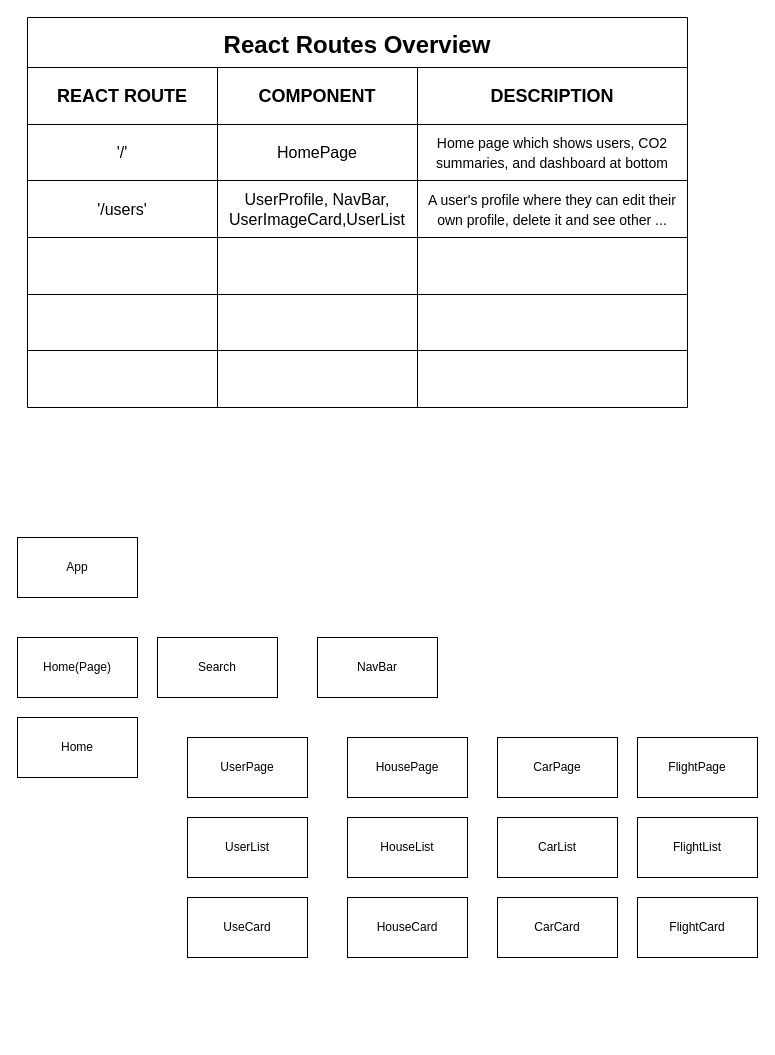
This is assets/reactRoutes.drawio from oki99doki/CO2day, a draw.io file, before an edit. Source tidied: cells renumbered, new cells numbered last; positions are measured from the earlier drawing's top-left corner, leaving out a move shared by most shapes. Both pictures are drawn from the tidied source at 100%, with x=0, y=0 at pixel (17, 17).
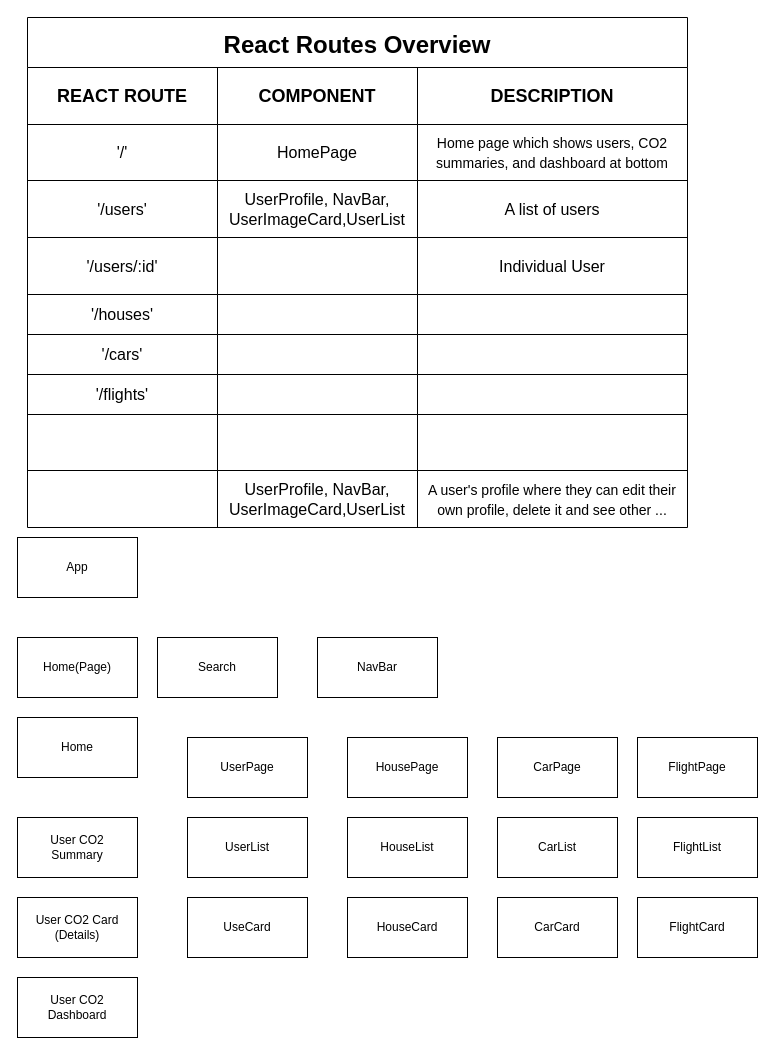
The same page after the edit.

Commit message (it also covers changes not shown here):
initial setup for Front-End

The change refers to these unchanged cells:
```xml
<mxCell id="11" style="shape=tableRow;horizontal=0;startSize=0;swimlaneHead=0;swimlaneBody=0;top=0;left=0;bottom=0;right=0;fillColor=none;" parent="2" vertex="1">
  <mxGeometry y="163" width="660" height="57" as="geometry" />
</mxCell>
<mxCell id="15" style="shape=tableRow;horizontal=0;startSize=0;swimlaneHead=0;swimlaneBody=0;top=0;left=0;bottom=0;right=0;fillColor=none;" parent="2" vertex="1">
  <mxGeometry y="220" width="660" height="57" as="geometry" />
</mxCell>
```

Diff of the diagram source:
```diff
@@
     <mxCell id="2" value="React Routes Overview" style="shape=table;startSize=50;childLayout=tableLayout;fontStyle=1;align=center;fontSize=24;" parent="1" vertex="1">
-      <mxGeometry x="10" width="660" height="390" as="geometry" />
+      <mxGeometry x="10" width="660" height="510" as="geometry" />
     </mxCell>
@@
-    <mxCell id="14" value="&lt;font style=&quot;font-size: 14px;&quot;&gt;A user's profile where they can edit their own profile, delete it and see other ...&lt;/font&gt;" style="shape=partialRectangle;html=1;whiteSpace=wrap;fillColor=none;top=0;left=0;bottom=0;right=0;overflow=hidden;fontSize=16;" parent="11" vertex="1">
+    <mxCell id="14" value="A list of users" style="shape=partialRectangle;html=1;whiteSpace=wrap;fillColor=none;top=0;left=0;bottom=0;right=0;overflow=hidden;fontSize=16;" parent="11" vertex="1">
       <mxGeometry x="390" width="270" height="57" as="geometry" />
     </mxCell>
@@
-    <mxCell id="16" style="shape=partialRectangle;html=1;whiteSpace=wrap;fillColor=none;top=0;left=0;bottom=0;right=0;overflow=hidden;fontSize=16;" parent="15" vertex="1">
+    <mxCell id="16" value="'/users/:id'" style="shape=partialRectangle;html=1;whiteSpace=wrap;fillColor=none;top=0;left=0;bottom=0;right=0;overflow=hidden;fontSize=16;" parent="15" vertex="1">
       <mxGeometry width="190" height="57" as="geometry" />
     </mxCell>
@@
-    <mxCell id="18" style="shape=partialRectangle;html=1;whiteSpace=wrap;fillColor=none;top=0;left=0;bottom=0;right=0;overflow=hidden;fontSize=16;" parent="15" vertex="1">
+    <mxCell id="18" value="Individual User" style="shape=partialRectangle;html=1;whiteSpace=wrap;fillColor=none;top=0;left=0;bottom=0;right=0;overflow=hidden;fontSize=16;" parent="15" vertex="1">
       <mxGeometry x="390" width="270" height="57" as="geometry" />
     </mxCell>
+    <mxCell id="44" style="shape=tableRow;horizontal=0;startSize=0;swimlaneHead=0;swimlaneBody=0;top=0;left=0;bottom=0;right=0;fillColor=none;fontSize=14;" parent="2" vertex="1">
+      <mxGeometry y="277" width="660" height="40" as="geometry" />
+    </mxCell>
+    <mxCell id="45" value="'/houses'" style="shape=partialRectangle;html=1;whiteSpace=wrap;fillColor=none;top=0;left=0;bottom=0;right=0;overflow=hidden;fontSize=16;" parent="44" vertex="1">
+      <mxGeometry width="190" height="40" as="geometry" />
+    </mxCell>
+    <mxCell id="46" style="shape=partialRectangle;html=1;whiteSpace=wrap;fillColor=none;top=0;left=0;bottom=0;right=0;overflow=hidden;fontSize=16;" parent="44" vertex="1">
+      <mxGeometry x="190" width="200" height="40" as="geometry" />
+    </mxCell>
+    <mxCell id="47" style="shape=partialRectangle;html=1;whiteSpace=wrap;fillColor=none;top=0;left=0;bottom=0;right=0;overflow=hidden;fontSize=16;" parent="44" vertex="1">
+      <mxGeometry x="390" width="270" height="40" as="geometry" />
+    </mxCell>
+    <mxCell id="48" style="shape=tableRow;horizontal=0;startSize=0;swimlaneHead=0;swimlaneBody=0;top=0;left=0;bottom=0;right=0;fillColor=none;fontSize=14;" parent="2" vertex="1">
+      <mxGeometry y="317" width="660" height="40" as="geometry" />
+    </mxCell>
+    <mxCell id="49" value="'/cars'" style="shape=partialRectangle;html=1;whiteSpace=wrap;fillColor=none;top=0;left=0;bottom=0;right=0;overflow=hidden;fontSize=16;" parent="48" vertex="1">
+      <mxGeometry width="190" height="40" as="geometry" />
+    </mxCell>
+    <mxCell id="50" style="shape=partialRectangle;html=1;whiteSpace=wrap;fillColor=none;top=0;left=0;bottom=0;right=0;overflow=hidden;fontSize=16;" parent="48" vertex="1">
+      <mxGeometry x="190" width="200" height="40" as="geometry" />
+    </mxCell>
+    <mxCell id="51" style="shape=partialRectangle;html=1;whiteSpace=wrap;fillColor=none;top=0;left=0;bottom=0;right=0;overflow=hidden;fontSize=16;" parent="48" vertex="1">
+      <mxGeometry x="390" width="270" height="40" as="geometry" />
+    </mxCell>
+    <mxCell id="52" style="shape=tableRow;horizontal=0;startSize=0;swimlaneHead=0;swimlaneBody=0;top=0;left=0;bottom=0;right=0;fillColor=none;fontSize=14;" parent="2" vertex="1">
+      <mxGeometry y="357" width="660" height="40" as="geometry" />
+    </mxCell>
+    <mxCell id="53" value="'/flights'" style="shape=partialRectangle;html=1;whiteSpace=wrap;fillColor=none;top=0;left=0;bottom=0;right=0;overflow=hidden;fontSize=16;" parent="52" vertex="1">
+      <mxGeometry width="190" height="40" as="geometry" />
+    </mxCell>
+    <mxCell id="54" style="shape=partialRectangle;html=1;whiteSpace=wrap;fillColor=none;top=0;left=0;bottom=0;right=0;overflow=hidden;fontSize=16;" parent="52" vertex="1">
+      <mxGeometry x="190" width="200" height="40" as="geometry" />
+    </mxCell>
+    <mxCell id="55" style="shape=partialRectangle;html=1;whiteSpace=wrap;fillColor=none;top=0;left=0;bottom=0;right=0;overflow=hidden;fontSize=16;" parent="52" vertex="1">
+      <mxGeometry x="390" width="270" height="40" as="geometry" />
+    </mxCell>
     <mxCell id="19" style="shape=tableRow;horizontal=0;startSize=0;swimlaneHead=0;swimlaneBody=0;top=0;left=0;bottom=0;right=0;fillColor=none;" parent="2" vertex="1">
-      <mxGeometry y="277" width="660" height="56" as="geometry" />
+      <mxGeometry y="397" width="660" height="56" as="geometry" />
     </mxCell>
@@
     <mxCell id="23" style="shape=tableRow;horizontal=0;startSize=0;swimlaneHead=0;swimlaneBody=0;top=0;left=0;bottom=0;right=0;fillColor=none;" parent="2" vertex="1">
-      <mxGeometry y="333" width="660" height="57" as="geometry" />
+      <mxGeometry y="453" width="660" height="57" as="geometry" />
     </mxCell>
@@
-    <mxCell id="25" style="shape=partialRectangle;html=1;whiteSpace=wrap;fillColor=none;top=0;left=0;bottom=0;right=0;overflow=hidden;fontSize=16;" parent="23" vertex="1">
+    <mxCell id="25" value="UserProfile, NavBar, UserImageCard,UserList" style="shape=partialRectangle;html=1;whiteSpace=wrap;fillColor=none;top=0;left=0;bottom=0;right=0;overflow=hidden;fontSize=16;" parent="23" vertex="1">
       <mxGeometry x="190" width="200" height="57" as="geometry" />
     </mxCell>
-    <mxCell id="26" style="shape=partialRectangle;html=1;whiteSpace=wrap;fillColor=none;top=0;left=0;bottom=0;right=0;overflow=hidden;fontSize=16;" parent="23" vertex="1">
+    <mxCell id="26" value="&lt;span style=&quot;font-size: 14px;&quot;&gt;A user's profile where they can edit their own profile, delete it and see other ...&lt;/span&gt;" style="shape=partialRectangle;html=1;whiteSpace=wrap;fillColor=none;top=0;left=0;bottom=0;right=0;overflow=hidden;fontSize=16;" parent="23" vertex="1">
       <mxGeometry x="390" width="270" height="57" as="geometry" />
     </mxCell>
@@
+    <mxCell id="56" value="User CO2 &lt;br&gt;Summary" style="whiteSpace=wrap;html=1;" parent="1" vertex="1">
+      <mxGeometry y="800" width="120" height="60" as="geometry" />
+    </mxCell>
+    <mxCell id="57" value="User CO2 Card&lt;br&gt;(Details)" style="whiteSpace=wrap;html=1;" parent="1" vertex="1">
+      <mxGeometry y="880" width="120" height="60" as="geometry" />
+    </mxCell>
+    <mxCell id="58" value="User CO2 &lt;br&gt;Dashboard" style="whiteSpace=wrap;html=1;" parent="1" vertex="1">
+      <mxGeometry y="960" width="120" height="60" as="geometry" />
+    </mxCell>
```
